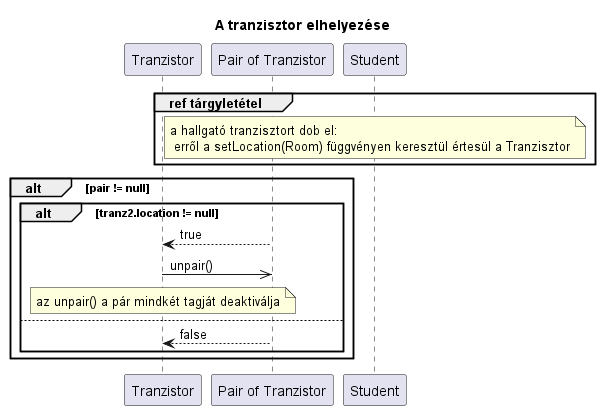
Above: out/diagramms/src/transistor/place.png in kipolaris/skyrimscriptsuttogok (PlantUML), before the change. Source of this version:
```plantuml
@startuml place

title A tranzisztor elhelyezése

Participant "Tranzistor" as tranz1
Participant "Pair of Tranzistor" as tranz2
participant Student as h

group ref tárgyletétel
note over h : a hallgató tranzisztort dob el:\n erről a setLocation(Room) függvényen keresztül értesül a Tranzisztor
end

alt pair != null
    alt tranz2.location != null
        tranz2-->tranz1 : true
        tranz1->>tranz2 : unpair()
        note over tranz1 : az unpair() a pár mindkét tagját deaktiválja
    else
        tranz2-->tranz1 : false
    end
end

@enduml
```
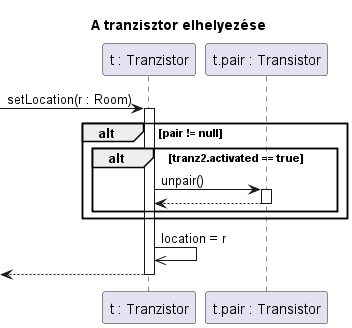
The same file after the commit.

Change to the diagram source:
```diff
@@ -2,22 +2,20 @@
 
 title A tranzisztor elhelyezése
 
-Participant "Tranzistor" as tranz1
-Participant "Pair of Tranzistor" as tranz2
-participant Student as h
+Participant "t : Tranzistor" as tranz1
+Participant "t.pair : Transistor" as tranz2
 
-group ref tárgyletétel
-note over h : a hallgató tranzisztort dob el:\n erről a setLocation(Room) függvényen keresztül értesül a Tranzisztor
-end
+-> tranz1 ++: setLocation(r : Room)
 
 alt pair != null
-    alt tranz2.location != null
-        tranz2-->tranz1 : true
-        tranz1->>tranz2 : unpair()
-        note over tranz1 : az unpair() a pár mindkét tagját deaktiválja
-    else
-        tranz2-->tranz1 : false
+    alt tranz2.activated == true
+        tranz1->tranz2 ++: unpair()
+        return
     end
 end
 
+tranz1 ->> tranz1 : location = r
+
+<--tranz1 --:
+
 @enduml
```
